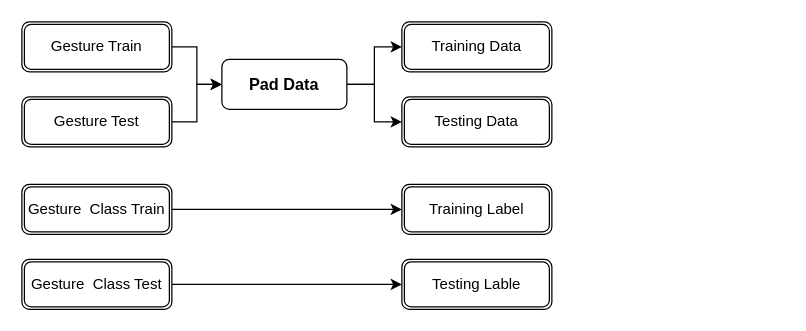
Above: Report/plot/illustration.drawio in MerakosWang/SHREC-2021-Gesture (draw.io), before the change. Source tidied: cells renumbered, new cells numbered last; positions are measured from the earlier drawing's top-left corner, leaving out a move shared by most shapes. Both pictures are drawn from the tidied source at 125%, with x=0, y=0 at pixel (21, 21).
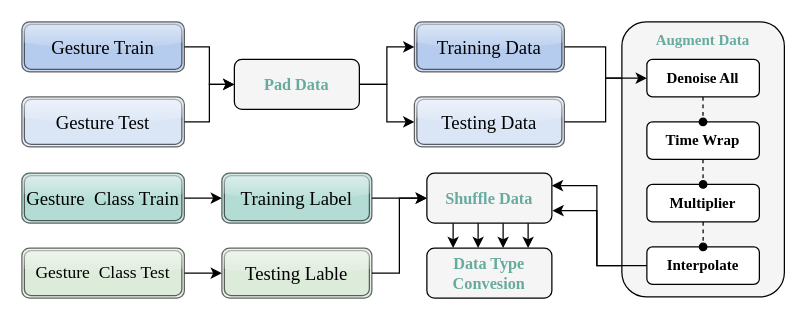
Above is the later version.

Change to the diagram source:
```diff
@@
+    <mxCell id="17" style="edgeStyle=orthogonalEdgeStyle;rounded=0;jettySize=auto;html=1;entryX=0;entryY=0.5;entryDx=0;entryDy=0;" parent="1" edge="1" source="2" target="23">
+      <mxGeometry relative="1" as="geometry" />
+    </mxCell>
-    <mxCell id="2" value="Training Data" style="shape=ext;double=1;rounded=1;whiteSpace=wrap;html=1;" parent="1" vertex="1">
-      <mxGeometry x="304" width="120" height="40" as="geometry" />
+    <mxCell id="2" value="Training Data" style="shape=ext;double=1;rounded=1;whiteSpace=wrap;html=1;fillColor=#A9C4EB;glass=1;fontFamily=Times New Roman;fontSize=15;opacity=60;" parent="1" vertex="1">
+      <mxGeometry x="314" width="120" height="40" as="geometry" />
     </mxCell>
+    <mxCell id="18" style="edgeStyle=orthogonalEdgeStyle;rounded=0;jettySize=auto;html=1;entryX=0;entryY=0.5;entryDx=0;entryDy=0;" parent="1" edge="1" source="3" target="28">
+      <mxGeometry relative="1" as="geometry" />
+    </mxCell>
-    <mxCell id="3" value="Training Label" style="shape=ext;double=1;rounded=1;whiteSpace=wrap;html=1;" parent="1" vertex="1">
-      <mxGeometry x="304" y="130" width="120" height="40" as="geometry" />
+    <mxCell id="3" value="Training Label" style="shape=ext;double=1;rounded=1;whiteSpace=wrap;html=1;strokeColor=default;strokeWidth=1;fillColor=#a6d6ce;fontFamily=Times New Roman;fontSize=15;opacity=60;glass=1;" parent="1" vertex="1">
+      <mxGeometry x="160" y="121" width="120" height="40" as="geometry" />
     </mxCell>
-    <mxCell id="4" value="Testing Data" style="shape=ext;double=1;rounded=1;whiteSpace=wrap;html=1;" parent="1" vertex="1">
-      <mxGeometry x="304" y="60" width="120" height="40" as="geometry" />
+    <mxCell id="4" value="Testing Data" style="shape=ext;double=1;rounded=1;whiteSpace=wrap;html=1;fillColor=#D4E1F5;glass=1;shadow=0;fontFamily=Times New Roman;fontSize=15;opacity=60;" parent="1" vertex="1">
+      <mxGeometry x="314" y="60" width="120" height="40" as="geometry" />
     </mxCell>
+    <mxCell id="19" style="edgeStyle=orthogonalEdgeStyle;rounded=0;jettySize=auto;html=1;entryX=0;entryY=0.5;entryDx=0;entryDy=0;" parent="1" edge="1" source="5" target="28">
+      <mxGeometry relative="1" as="geometry" />
+    </mxCell>
-    <mxCell id="5" value="Testing Lable" style="shape=ext;double=1;rounded=1;whiteSpace=wrap;html=1;" parent="1" vertex="1">
-      <mxGeometry x="304" y="190" width="120" height="40" as="geometry" />
+    <mxCell id="5" value="Testing Lable" style="shape=ext;double=1;rounded=1;whiteSpace=wrap;html=1;fontSize=15;fontFamily=Times New Roman;fillColor=#D5E8D4;opacity=60;glass=1;" parent="1" vertex="1">
+      <mxGeometry x="160" y="181" width="120" height="40" as="geometry" />
     </mxCell>
@@
-    <mxCell id="7" value="Pad Data" style="rounded=1;whiteSpace=wrap;html=1;fontStyle=1;fontSize=13;" parent="1" vertex="1">
-      <mxGeometry x="160" y="30" width="100" height="40" as="geometry" />
+    <mxCell id="7" value="Pad Data" style="rounded=1;whiteSpace=wrap;html=1;fontStyle=1;fontSize=13;fontFamily=Times New Roman;gradientColor=none;fontColor=#67AB9F;glass=0;fillColor=#F5F5F5;strokeColor=default;" parent="1" vertex="1">
+      <mxGeometry x="170" y="30" width="100" height="40" as="geometry" />
     </mxCell>
@@
-    <mxCell id="9" value="Gesture Train" style="shape=ext;double=1;rounded=1;whiteSpace=wrap;html=1;" parent="1" vertex="1">
-      <mxGeometry width="120" height="40" as="geometry" />
+    <mxCell id="9" value="Gesture Train" style="shape=ext;double=1;rounded=1;whiteSpace=wrap;fontFamily=Times New Roman;fontSize=15;labelBackgroundColor=none;fillColor=#A9C4EB;fontColor=#000000;opacity=60;glass=1;" parent="1" vertex="1">
+      <mxGeometry width="130" height="40" as="geometry" />
     </mxCell>
@@
-    <mxCell id="11" value="Gesture Test" style="shape=ext;double=1;rounded=1;whiteSpace=wrap;html=1;" parent="1" vertex="1">
-      <mxGeometry y="60" width="120" height="40" as="geometry" />
+    <mxCell id="11" value="Gesture Test" style="shape=ext;double=1;rounded=1;whiteSpace=wrap;html=1;fontFamily=Times New Roman;fontSize=15;fillColor=#D4E1F5;opacity=60;glass=1;" parent="1" vertex="1">
+      <mxGeometry y="60" width="130" height="40" as="geometry" />
     </mxCell>
@@
-    <mxCell id="13" value="Gesture&amp;nbsp; Class Train" style="shape=ext;double=1;rounded=1;whiteSpace=wrap;html=1;" parent="1" vertex="1">
-      <mxGeometry y="130" width="120" height="40" as="geometry" />
+    <mxCell id="13" value="Gesture&amp;nbsp; Class Train" style="shape=ext;double=1;rounded=1;whiteSpace=wrap;html=1;fillColor=#a6d6ce;fontFamily=Times New Roman;fontSize=15;opacity=60;glass=1;" parent="1" vertex="1">
+      <mxGeometry y="121" width="130" height="40" as="geometry" />
     </mxCell>
@@
-    <mxCell id="15" value="Gesture&amp;nbsp; Class Test" style="shape=ext;double=1;rounded=1;whiteSpace=wrap;html=1;" parent="1" vertex="1">
-      <mxGeometry y="190" width="120" height="40" as="geometry" />
+    <mxCell id="15" value="Gesture&amp;nbsp; Class Test" style="shape=ext;double=1;rounded=1;whiteSpace=wrap;html=1;fillColor=#D5E8D4;fontFamily=Times New Roman;fontSize=14;opacity=60;glass=1;" parent="1" vertex="1">
+      <mxGeometry y="181" width="130" height="40" as="geometry" />
     </mxCell>
@@
+    <mxCell id="20" style="edgeStyle=orthogonalEdgeStyle;rounded=0;jettySize=auto;html=1;exitX=0;exitY=0.5;exitDx=0;exitDy=0;entryX=1;entryY=0.5;entryDx=0;entryDy=0;" parent="1" edge="1" source="26">
+      <mxGeometry relative="1" as="geometry">
+        <mxPoint x="424" y="131" as="targetPoint" />
+        <Array as="points">
+          <mxPoint x="460" y="195" />
+          <mxPoint x="460" y="131" />
+        </Array>
+      </mxGeometry>
+    </mxCell>
+    <mxCell id="21" style="rounded=1;whiteSpace=wrap;html=1;fillColor=#F5F5F5;" parent="1" vertex="1">
+      <mxGeometry x="480" width="130" height="220" as="geometry" />
+    </mxCell>
+    <mxCell id="22" value="Augment Data" style="text;html=1;align=center;verticalAlign=middle;whiteSpace=wrap;rounded=0;fontStyle=1;fontFamily=Times New Roman;fontColor=#67AB9F;" parent="1" vertex="1">
+      <mxGeometry x="480" width="130" height="30" as="geometry" />
+    </mxCell>
+    <mxCell id="23" value="Denoise All" style="rounded=1;whiteSpace=wrap;html=1;fontFamily=Times New Roman;fontStyle=1;" parent="1" vertex="1">
+      <mxGeometry x="500" y="30" width="90" height="30" as="geometry" />
+    </mxCell>
+    <mxCell id="24" value="Time Wrap" style="rounded=1;whiteSpace=wrap;html=1;fontFamily=Times New Roman;fontStyle=1;" parent="1" vertex="1">
+      <mxGeometry x="500" y="80" width="90" height="30" as="geometry" />
+    </mxCell>
+    <mxCell id="25" value="Multiplier" style="rounded=1;whiteSpace=wrap;html=1;fontFamily=Times New Roman;fontStyle=1;" parent="1" vertex="1">
+      <mxGeometry x="500" y="130" width="90" height="30" as="geometry" />
+    </mxCell>
+    <mxCell id="26" value="Interpolate" style="rounded=1;whiteSpace=wrap;html=1;fontFamily=Times New Roman;fontStyle=1;" parent="1" vertex="1">
+      <mxGeometry x="500" y="180" width="90" height="30" as="geometry" />
+    </mxCell>
+    <mxCell id="27" style="edgeStyle=orthogonalEdgeStyle;rounded=0;orthogonalLoop=1;jettySize=auto;html=1;entryX=0.5;entryY=0;entryDx=0;entryDy=0;" parent="1" edge="1">
+      <mxGeometry relative="1" as="geometry">
+        <mxPoint x="345" y="161" as="sourcePoint" />
+        <mxPoint x="345" y="181" as="targetPoint" />
+      </mxGeometry>
+    </mxCell>
+    <mxCell id="28" value="Shuffle Data" style="rounded=1;whiteSpace=wrap;html=1;fontStyle=1;fontSize=13;fontFamily=Times New Roman;fontColor=#67AB9F;fillColor=#F5F5F5;" parent="1" vertex="1">
+      <mxGeometry x="324" y="121" width="100" height="40" as="geometry" />
+    </mxCell>
+    <mxCell id="29" value="Data Type Convesion" style="rounded=1;whiteSpace=wrap;html=1;fontStyle=1;fontSize=13;fontFamily=Times New Roman;fontColor=#67AB9F;fillColor=#F5F5F5;" parent="1" vertex="1">
+      <mxGeometry x="324" y="181" width="100" height="40" as="geometry" />
+    </mxCell>
+    <mxCell id="30" style="edgeStyle=orthogonalEdgeStyle;rounded=0;jettySize=auto;html=1;entryX=0;entryY=0.5;entryDx=0;entryDy=0;" parent="1" edge="1" source="4" target="23">
+      <mxGeometry relative="1" as="geometry" />
+    </mxCell>
+    <mxCell id="31" style="edgeStyle=orthogonalEdgeStyle;rounded=0;jettySize=auto;html=1;exitX=0;exitY=0.5;exitDx=0;exitDy=0;entryX=1;entryY=0.5;entryDx=0;entryDy=0;" parent="1" edge="1" source="26">
+      <mxGeometry relative="1" as="geometry">
+        <mxPoint x="424.5" y="151" as="targetPoint" />
+        <Array as="points">
+          <mxPoint x="460" y="195" />
+          <mxPoint x="460" y="151" />
+        </Array>
+      </mxGeometry>
+    </mxCell>
+    <mxCell id="32" style="edgeStyle=orthogonalEdgeStyle;rounded=0;orthogonalLoop=1;jettySize=auto;html=1;entryX=0.5;entryY=0;entryDx=0;entryDy=0;" parent="1" edge="1">
+      <mxGeometry relative="1" as="geometry">
+        <mxPoint x="365" y="161" as="sourcePoint" />
+        <mxPoint x="365" y="181" as="targetPoint" />
+        <Array as="points">
+          <mxPoint x="365" y="171" />
+          <mxPoint x="365" y="171" />
+        </Array>
+      </mxGeometry>
+    </mxCell>
+    <mxCell id="33" style="edgeStyle=orthogonalEdgeStyle;rounded=0;orthogonalLoop=1;jettySize=auto;html=1;entryX=0.5;entryY=0;entryDx=0;entryDy=0;" parent="1" edge="1">
+      <mxGeometry relative="1" as="geometry">
+        <mxPoint x="405" y="161" as="sourcePoint" />
+        <mxPoint x="405" y="181" as="targetPoint" />
+        <Array as="points">
+          <mxPoint x="405" y="171" />
+          <mxPoint x="405" y="171" />
+        </Array>
+      </mxGeometry>
+    </mxCell>
+    <mxCell id="34" style="edgeStyle=orthogonalEdgeStyle;rounded=0;orthogonalLoop=1;jettySize=auto;html=1;entryX=0.5;entryY=0;entryDx=0;entryDy=0;" parent="1" edge="1">
+      <mxGeometry relative="1" as="geometry">
+        <mxPoint x="385" y="161" as="sourcePoint" />
+        <mxPoint x="385" y="181" as="targetPoint" />
+        <Array as="points">
+          <mxPoint x="385" y="171" />
+          <mxPoint x="385" y="171" />
+        </Array>
+      </mxGeometry>
+    </mxCell>
+    <mxCell id="35" style="edgeStyle=orthogonalEdgeStyle;rounded=0;orthogonalLoop=1;jettySize=auto;html=1;entryX=0.5;entryY=0;entryDx=0;entryDy=0;dashed=1;endArrow=oval;endFill=1;" parent="1" edge="1">
+      <mxGeometry relative="1" as="geometry">
+        <mxPoint x="544.9" y="60" as="sourcePoint" />
+        <mxPoint x="544.9" y="80" as="targetPoint" />
+        <Array as="points">
+          <mxPoint x="544.9" y="70" />
+          <mxPoint x="544.9" y="70" />
+        </Array>
+      </mxGeometry>
+    </mxCell>
+    <mxCell id="36" style="edgeStyle=orthogonalEdgeStyle;rounded=0;orthogonalLoop=1;jettySize=auto;html=1;entryX=0.5;entryY=0;entryDx=0;entryDy=0;dashed=1;endArrow=oval;endFill=1;" parent="1" edge="1">
+      <mxGeometry relative="1" as="geometry">
+        <mxPoint x="544.9" y="110" as="sourcePoint" />
+        <mxPoint x="545" y="130" as="targetPoint" />
+        <Array as="points">
+          <mxPoint x="545" y="120" />
+          <mxPoint x="545" y="120" />
+        </Array>
+      </mxGeometry>
+    </mxCell>
+    <mxCell id="37" style="edgeStyle=orthogonalEdgeStyle;rounded=0;orthogonalLoop=1;jettySize=auto;html=1;entryX=0.5;entryY=0;entryDx=0;entryDy=0;dashed=1;endArrow=oval;endFill=1;" parent="1" edge="1">
+      <mxGeometry relative="1" as="geometry">
+        <mxPoint x="545" y="160" as="sourcePoint" />
+        <mxPoint x="545" y="180" as="targetPoint" />
+        <Array as="points">
+          <mxPoint x="545" y="170" />
+          <mxPoint x="545" y="170" />
+        </Array>
+      </mxGeometry>
+    </mxCell>
```
